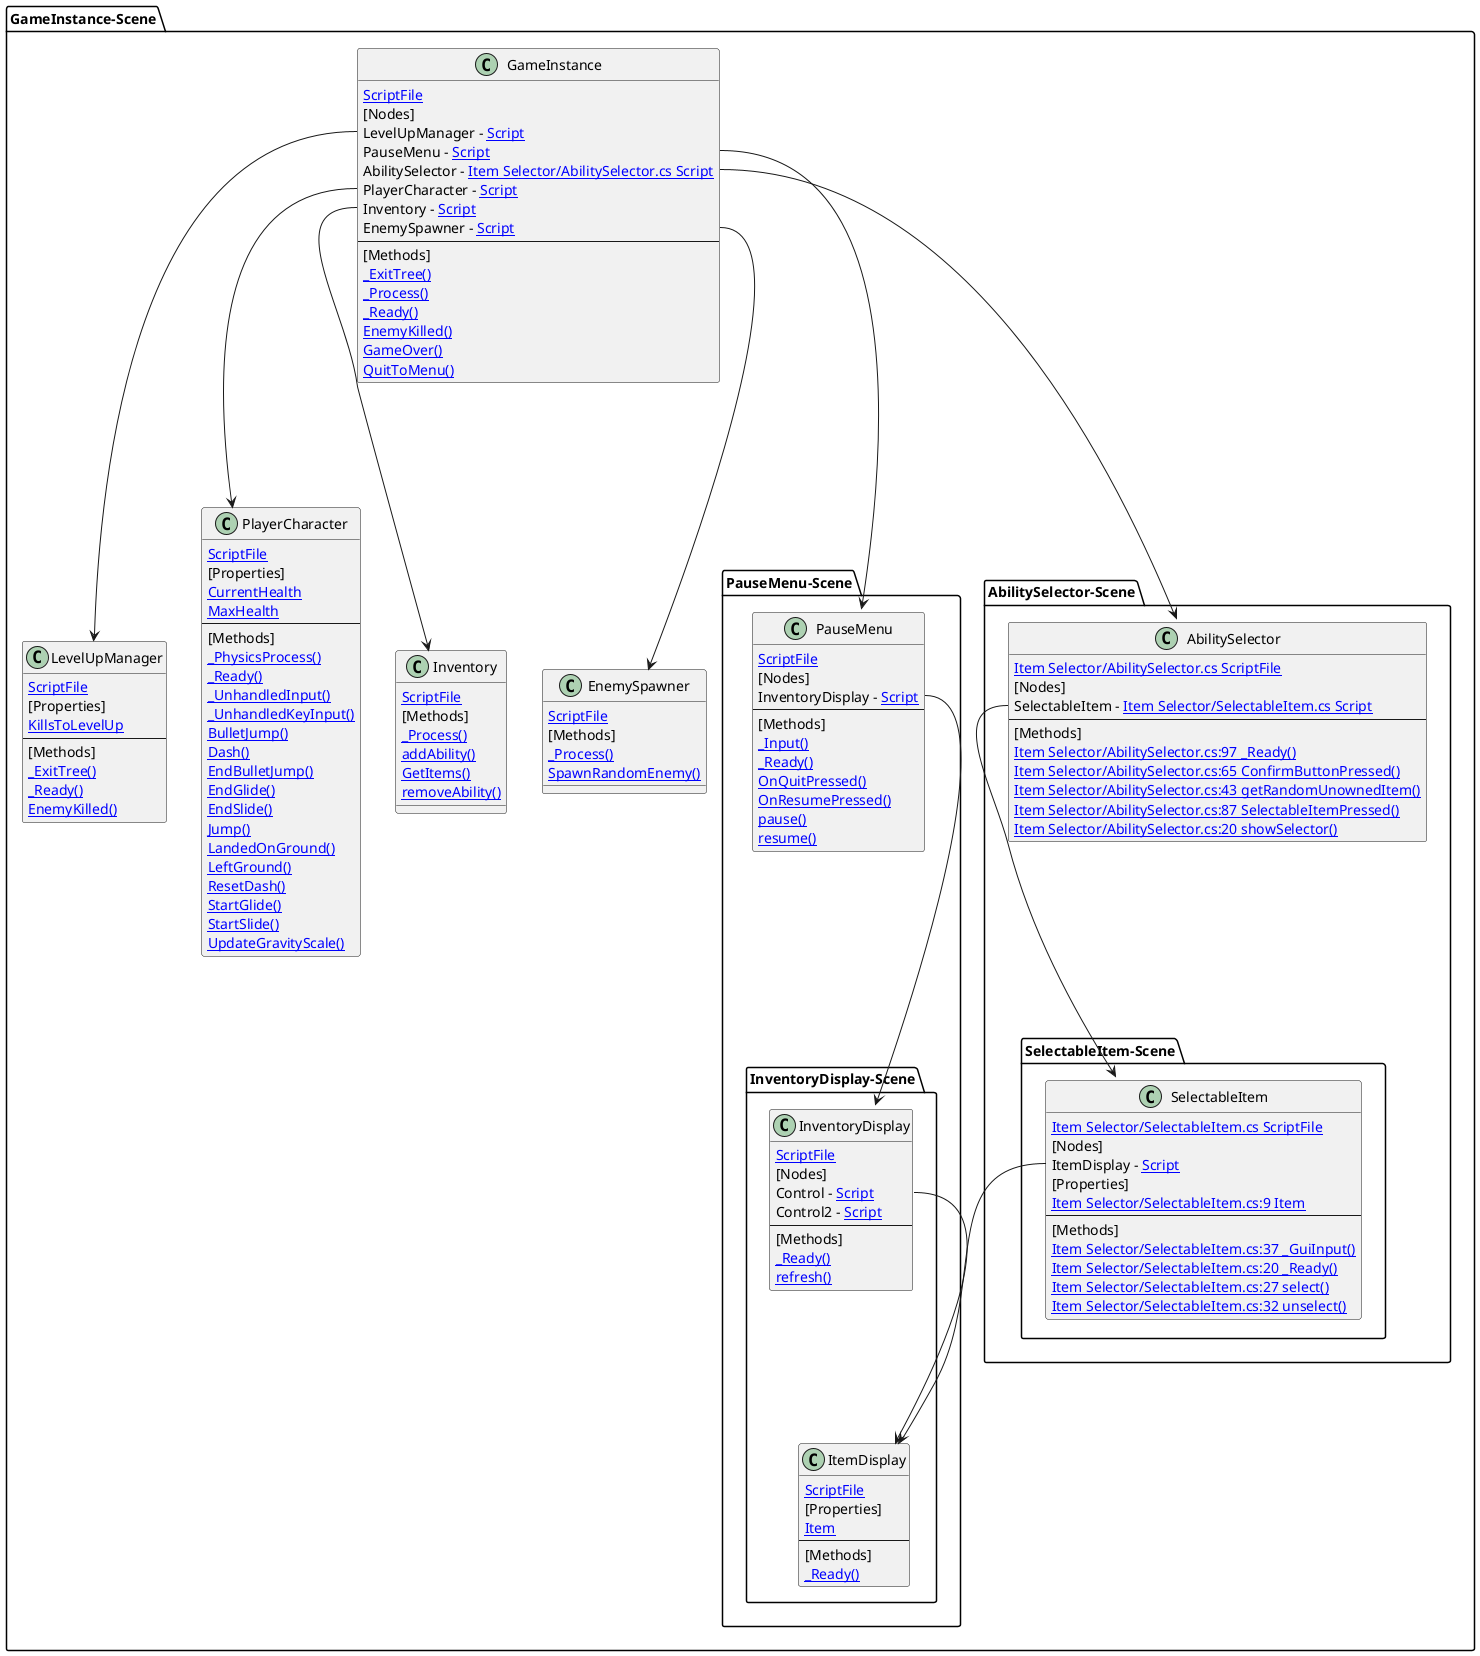
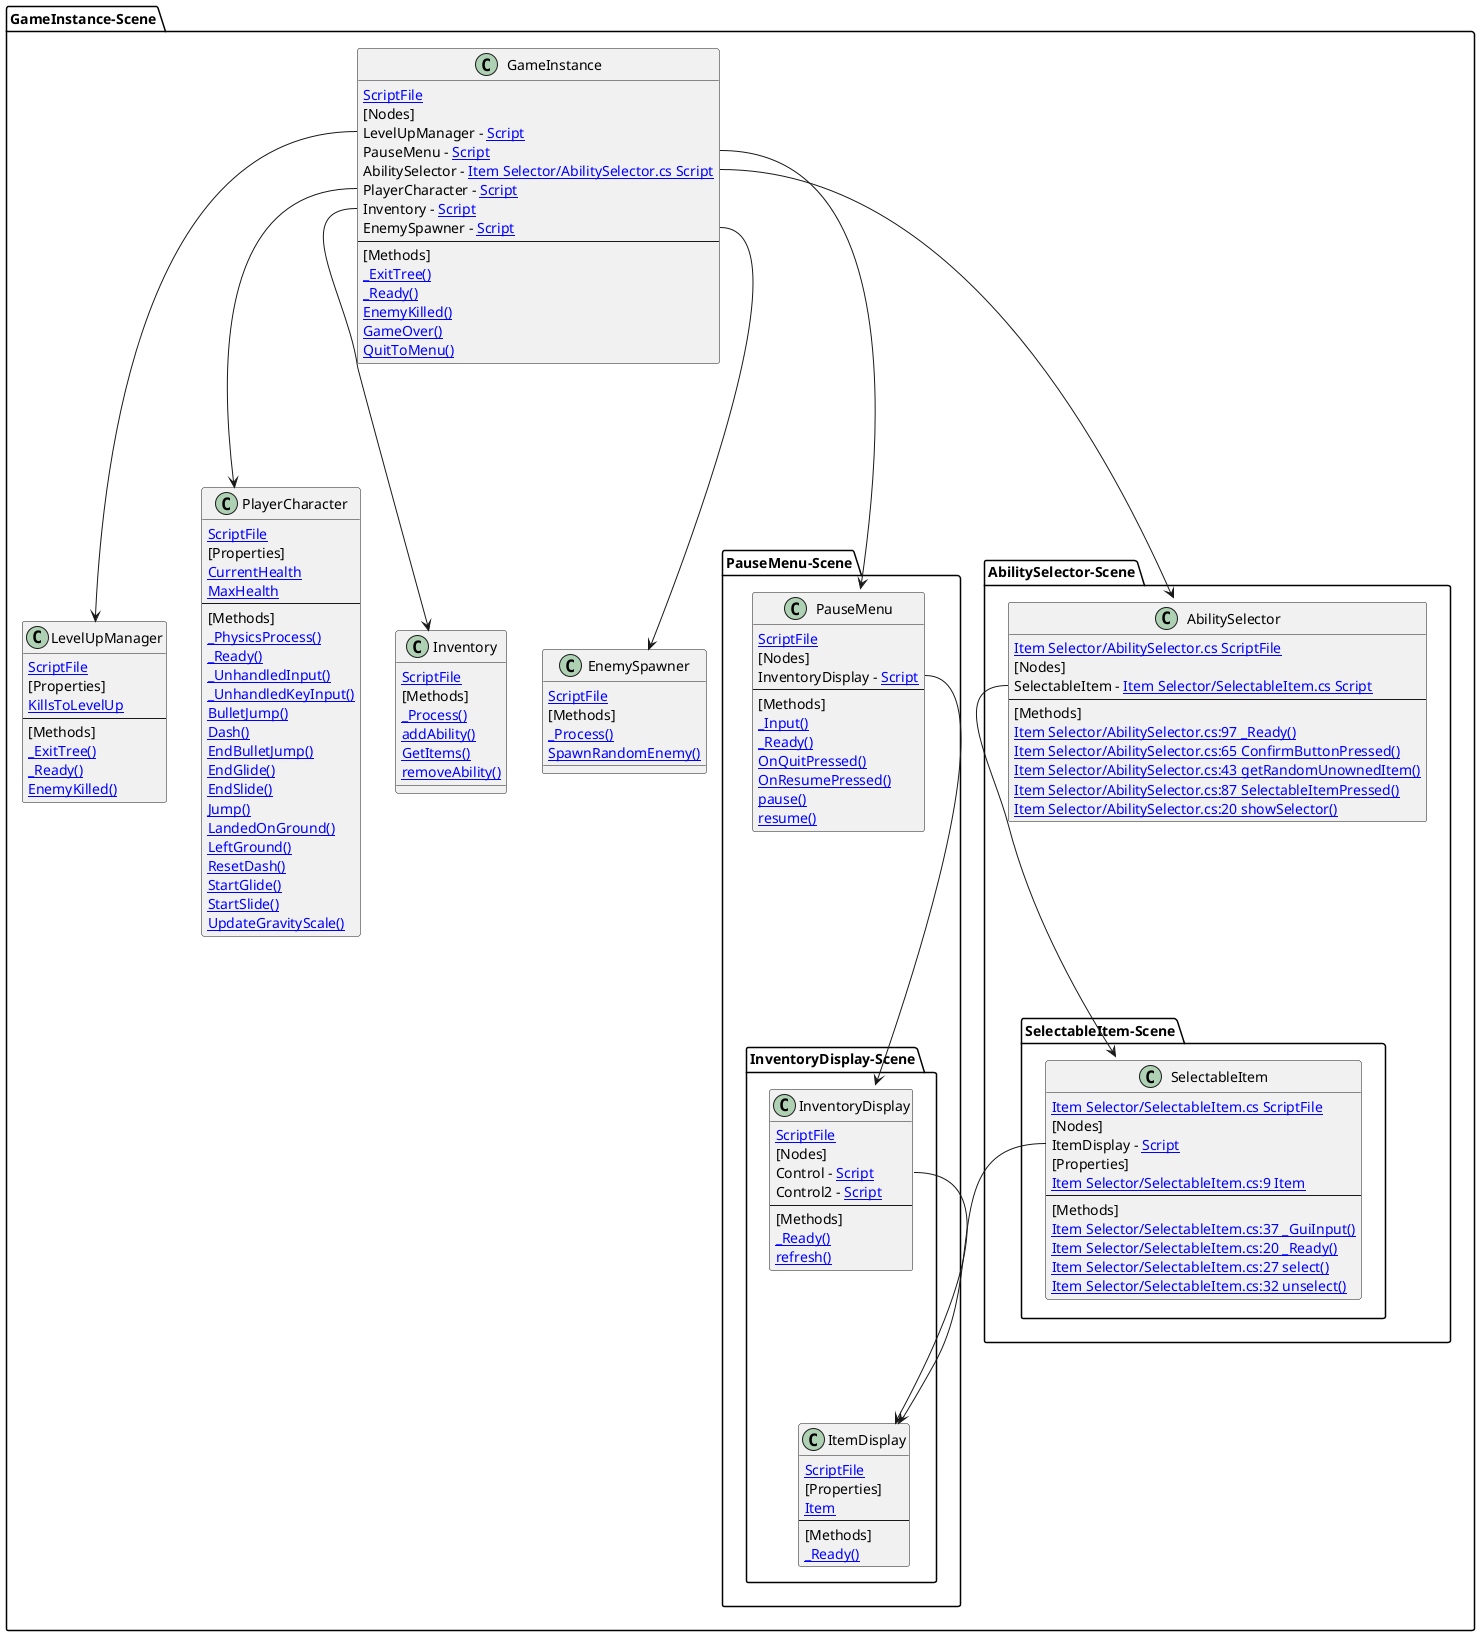
@startuml

package GameInstance-Scene [[vscode://file/E:/School_stuff/Game/labor-projekt/Scenes/GameplayScene/GameInstance.tscn]] {
    class GameInstance  {
        [[vscode://file/E:/School_stuff/Game/labor-projekt/Scenes/GameplayScene/GameInstance.cs ScriptFile]]
        [Nodes]
        LevelUpManager - [[vscode://file/E:/School_stuff/Game/labor-projekt/GUI/LevelUpManager.cs Script]]
        PauseMenu - [[vscode://file/E:/School_stuff/Game/labor-projekt/GUI/PauseMenu.cs Script]]
        AbilitySelector - [[vscode://file/E:/School_stuff/Game/labor-projekt/GUI/Custom Item Selector/AbilitySelector.cs Script]]
        PlayerCharacter - [[vscode://file/E:/School_stuff/Game/labor-projekt/Player/PlayerCharacter.cs Script]]
        Inventory - [[vscode://file/E:/School_stuff/Game/labor-projekt/Abilities/Inventory/Inventory.cs Script]]
        EnemySpawner - [[vscode://file/E:/School_stuff/Game/labor-projekt/Globals/EnemySpawner.cs Script]]
        --
        [Methods]
-         [[vscode://file/E:/School_stuff/Game/labor-projekt/Scenes/GameplayScene/GameInstance.cs:56 _ExitTree()]]
-         [[vscode://file/E:/School_stuff/Game/labor-projekt/Scenes/GameplayScene/GameInstance.cs:27 _Process()]]
-         [[vscode://file/E:/School_stuff/Game/labor-projekt/Scenes/GameplayScene/GameInstance.cs:18 _Ready()]]
-         [[vscode://file/E:/School_stuff/Game/labor-projekt/Scenes/GameplayScene/GameInstance.cs:32 EnemyKilled()]]
-         [[vscode://file/E:/School_stuff/Game/labor-projekt/Scenes/GameplayScene/GameInstance.cs:38 GameOver()]]
-         [[vscode://file/E:/School_stuff/Game/labor-projekt/Scenes/GameplayScene/GameInstance.cs:45 QuitToMenu()]]
+         [[vscode://file/E:/School_stuff/Game/labor-projekt/Scenes/GameplayScene/GameInstance.cs:49 _ExitTree()]]
+         [[vscode://file/E:/School_stuff/Game/labor-projekt/Scenes/GameplayScene/GameInstance.cs:17 _Ready()]]
+         [[vscode://file/E:/School_stuff/Game/labor-projekt/Scenes/GameplayScene/GameInstance.cs:25 EnemyKilled()]]
+         [[vscode://file/E:/School_stuff/Game/labor-projekt/Scenes/GameplayScene/GameInstance.cs:31 GameOver()]]
+         [[vscode://file/E:/School_stuff/Game/labor-projekt/Scenes/GameplayScene/GameInstance.cs:38 QuitToMenu()]]
    }
    class LevelUpManager  {
        [[vscode://file/E:/School_stuff/Game/labor-projekt/GUI/LevelUpManager.cs ScriptFile]]
        [Properties]
        [[vscode://file/E:/School_stuff/Game/labor-projekt/GUI/LevelUpManager.cs:7 KillsToLevelUp]]
        --
        [Methods]
        [[vscode://file/E:/School_stuff/Game/labor-projekt/GUI/LevelUpManager.cs:35 _ExitTree()]]
        [[vscode://file/E:/School_stuff/Game/labor-projekt/GUI/LevelUpManager.cs:16 _Ready()]]
        [[vscode://file/E:/School_stuff/Game/labor-projekt/GUI/LevelUpManager.cs:24 EnemyKilled()]]
    }
    package PauseMenu-Scene [[vscode://file/E:/School_stuff/Game/labor-projekt/GUI/PauseMenu.tscn]] {
        class PauseMenu  {
            [[vscode://file/E:/School_stuff/Game/labor-projekt/GUI/PauseMenu.cs ScriptFile]]
            [Nodes]
            InventoryDisplay - [[vscode://file/E:/School_stuff/Game/labor-projekt/GUI/InventoryDisplay.cs Script]]
            --
            [Methods]
            [[vscode://file/E:/School_stuff/Game/labor-projekt/GUI/PauseMenu.cs:47 _Input()]]
            [[vscode://file/E:/School_stuff/Game/labor-projekt/GUI/PauseMenu.cs:38 _Ready()]]
            [[vscode://file/E:/School_stuff/Game/labor-projekt/GUI/PauseMenu.cs:64 OnQuitPressed()]]
            [[vscode://file/E:/School_stuff/Game/labor-projekt/GUI/PauseMenu.cs:59 OnResumePressed()]]
            [[vscode://file/E:/School_stuff/Game/labor-projekt/GUI/PauseMenu.cs:21 pause()]]
            [[vscode://file/E:/School_stuff/Game/labor-projekt/GUI/PauseMenu.cs:30 resume()]]
        }
        package InventoryDisplay-Scene [[vscode://file/E:/School_stuff/Game/labor-projekt/GUI/InventoryDisplay.tscn]] {
            class InventoryDisplay  {
                [[vscode://file/E:/School_stuff/Game/labor-projekt/GUI/InventoryDisplay.cs ScriptFile]]
                [Nodes]
                Control - [[vscode://file/E:/School_stuff/Game/labor-projekt/GUI/ItemDisplay.cs Script]]
                Control2 - [[vscode://file/E:/School_stuff/Game/labor-projekt/GUI/ItemDisplay.cs Script]]
                --
                [Methods]
                [[vscode://file/E:/School_stuff/Game/labor-projekt/GUI/InventoryDisplay.cs:15 _Ready()]]
                [[vscode://file/E:/School_stuff/Game/labor-projekt/GUI/InventoryDisplay.cs:22 refresh()]]
            }
            class ItemDisplay  {
                [[vscode://file/E:/School_stuff/Game/labor-projekt/GUI/ItemDisplay.cs ScriptFile]]
                [Properties]
                [[vscode://file/E:/School_stuff/Game/labor-projekt/GUI/ItemDisplay.cs:7 Item]]
                --
                [Methods]
                [[vscode://file/E:/School_stuff/Game/labor-projekt/GUI/ItemDisplay.cs:23 _Ready()]]
            }
            InventoryDisplay::Control ---> ItemDisplay
        }
        PauseMenu::InventoryDisplay ---> InventoryDisplay
    }
    package AbilitySelector-Scene [[vscode://file/E:/School_stuff/Game/labor-projekt/GUI/Custom Item Selector/AbilitySelector.tscn]] {
        class AbilitySelector  {
            [[vscode://file/E:/School_stuff/Game/labor-projekt/GUI/Custom Item Selector/AbilitySelector.cs ScriptFile]]
            [Nodes]
            SelectableItem - [[vscode://file/E:/School_stuff/Game/labor-projekt/GUI/Custom Item Selector/SelectableItem.cs Script]]
            --
            [Methods]
            [[vscode://file/E:/School_stuff/Game/labor-projekt/GUI/Custom Item Selector/AbilitySelector.cs:97 _Ready()]]
            [[vscode://file/E:/School_stuff/Game/labor-projekt/GUI/Custom Item Selector/AbilitySelector.cs:65 ConfirmButtonPressed()]]
            [[vscode://file/E:/School_stuff/Game/labor-projekt/GUI/Custom Item Selector/AbilitySelector.cs:43 getRandomUnownedItem()]]
            [[vscode://file/E:/School_stuff/Game/labor-projekt/GUI/Custom Item Selector/AbilitySelector.cs:87 SelectableItemPressed()]]
            [[vscode://file/E:/School_stuff/Game/labor-projekt/GUI/Custom Item Selector/AbilitySelector.cs:20 showSelector()]]
        }
        package SelectableItem-Scene [[vscode://file/E:/School_stuff/Game/labor-projekt/GUI/Custom Item Selector/SelectableItem.tscn]] {
            class SelectableItem  {
                [[vscode://file/E:/School_stuff/Game/labor-projekt/GUI/Custom Item Selector/SelectableItem.cs ScriptFile]]
                [Nodes]
                ItemDisplay - [[vscode://file/E:/School_stuff/Game/labor-projekt/GUI/ItemDisplay.cs Script]]
                [Properties]
                [[vscode://file/E:/School_stuff/Game/labor-projekt/GUI/Custom Item Selector/SelectableItem.cs:9 Item]]
                --
                [Methods]
                [[vscode://file/E:/School_stuff/Game/labor-projekt/GUI/Custom Item Selector/SelectableItem.cs:37 _GuiInput()]]
                [[vscode://file/E:/School_stuff/Game/labor-projekt/GUI/Custom Item Selector/SelectableItem.cs:20 _Ready()]]
                [[vscode://file/E:/School_stuff/Game/labor-projekt/GUI/Custom Item Selector/SelectableItem.cs:27 select()]]
                [[vscode://file/E:/School_stuff/Game/labor-projekt/GUI/Custom Item Selector/SelectableItem.cs:32 unselect()]]
            }

            SelectableItem::ItemDisplay ---> ItemDisplay
        }
        AbilitySelector::SelectableItem ---> SelectableItem
    }
    class PlayerCharacter  {
        [[vscode://file/E:/School_stuff/Game/labor-projekt/Player/PlayerCharacter.cs ScriptFile]]
        [Properties]
        [[vscode://file/E:/School_stuff/Game/labor-projekt/Player/PlayerCharacter.cs:65 CurrentHealth]]
        [[vscode://file/E:/School_stuff/Game/labor-projekt/Player/PlayerCharacter.cs:53 MaxHealth]]
        --
        [Methods]
        [[vscode://file/E:/School_stuff/Game/labor-projekt/Player/PlayerCharacter.cs:121 _PhysicsProcess()]]
        [[vscode://file/E:/School_stuff/Game/labor-projekt/Player/PlayerCharacter.cs:112 _Ready()]]
        [[vscode://file/E:/School_stuff/Game/labor-projekt/Player/PlayerCharacter.cs:206 _UnhandledInput()]]
        [[vscode://file/E:/School_stuff/Game/labor-projekt/Player/PlayerCharacter.cs:171 _UnhandledKeyInput()]]
        [[vscode://file/E:/School_stuff/Game/labor-projekt/Player/PlayerCharacter.cs:279 BulletJump()]]
        [[vscode://file/E:/School_stuff/Game/labor-projekt/Player/PlayerCharacter.cs:384 Dash()]]
        [[vscode://file/E:/School_stuff/Game/labor-projekt/Player/PlayerCharacter.cs:310 EndBulletJump()]]
        [[vscode://file/E:/School_stuff/Game/labor-projekt/Player/PlayerCharacter.cs:375 EndGlide()]]
        [[vscode://file/E:/School_stuff/Game/labor-projekt/Player/PlayerCharacter.cs:343 EndSlide()]]
        [[vscode://file/E:/School_stuff/Game/labor-projekt/Player/PlayerCharacter.cs:261 Jump()]]
        [[vscode://file/E:/School_stuff/Game/labor-projekt/Player/PlayerCharacter.cs:239 LandedOnGround()]]
        [[vscode://file/E:/School_stuff/Game/labor-projekt/Player/PlayerCharacter.cs:246 LeftGround()]]
        [[vscode://file/E:/School_stuff/Game/labor-projekt/Player/PlayerCharacter.cs:414 ResetDash()]]
        [[vscode://file/E:/School_stuff/Game/labor-projekt/Player/PlayerCharacter.cs:357 StartGlide()]]
        [[vscode://file/E:/School_stuff/Game/labor-projekt/Player/PlayerCharacter.cs:316 StartSlide()]]
        [[vscode://file/E:/School_stuff/Game/labor-projekt/Player/PlayerCharacter.cs:251 UpdateGravityScale()]]
    }
    class Inventory  {
        [[vscode://file/E:/School_stuff/Game/labor-projekt/Abilities/Inventory/Inventory.cs ScriptFile]]
        [Methods]
        [[vscode://file/E:/School_stuff/Game/labor-projekt/Abilities/Inventory/Inventory.cs:19 _Process()]]
        [[vscode://file/E:/School_stuff/Game/labor-projekt/Abilities/Inventory/Inventory.cs:37 addAbility()]]
        [[vscode://file/E:/School_stuff/Game/labor-projekt/Abilities/Inventory/Inventory.cs:65 GetItems()]]
        [[vscode://file/E:/School_stuff/Game/labor-projekt/Abilities/Inventory/Inventory.cs:51 removeAbility()]]
    }
    class EnemySpawner  {
        [[vscode://file/E:/School_stuff/Game/labor-projekt/Globals/EnemySpawner.cs ScriptFile]]
        [Methods]
        [[vscode://file/E:/School_stuff/Game/labor-projekt/Globals/EnemySpawner.cs:30 _Process()]]
        [[vscode://file/E:/School_stuff/Game/labor-projekt/Globals/EnemySpawner.cs:49 SpawnRandomEnemy()]]
    }
    GameInstance::LevelUpManager ---> LevelUpManager
    GameInstance::PauseMenu ---> PauseMenu
    GameInstance::AbilitySelector ---> AbilitySelector
    GameInstance::PlayerCharacter ---> PlayerCharacter
    GameInstance::Inventory ---> Inventory
    GameInstance::EnemySpawner ---> EnemySpawner
}

@enduml